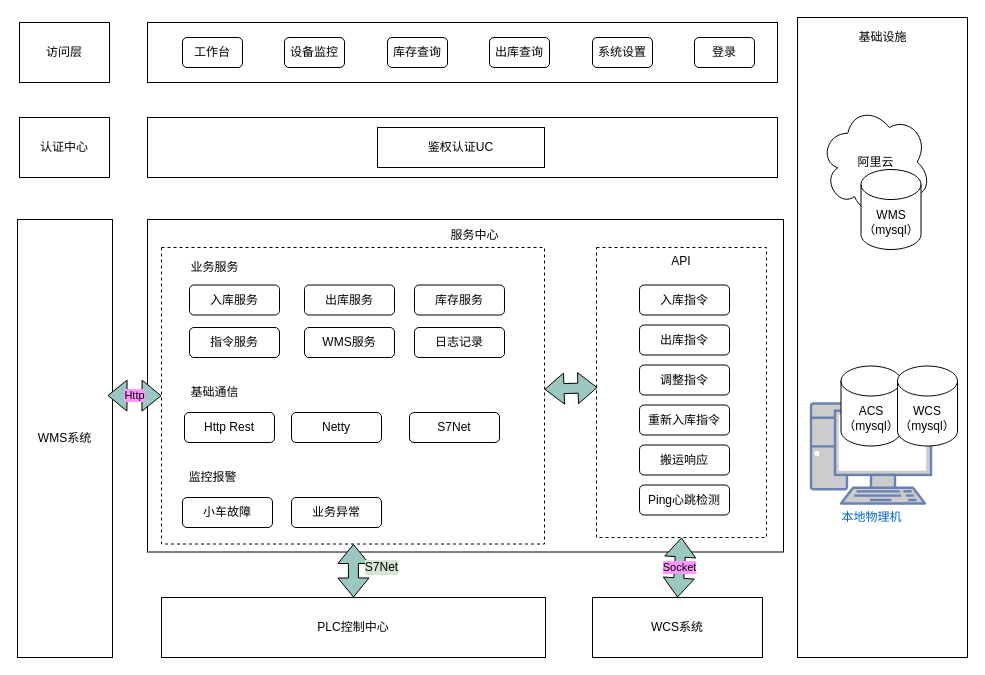
The draw.io diagram page "多穿技术架构" (3 of 3) of diagrams/秒仓库存更新时序图.drawio in dengyulong/PublicStore, before the edit. Source tidied: cells renumbered, new cells numbered last; positions are measured from the earlier drawing's top-left corner, leaving out a move shared by most shapes. Both pictures are drawn from the tidied source at 100%, with x=0, y=0 at pixel (17, 17).
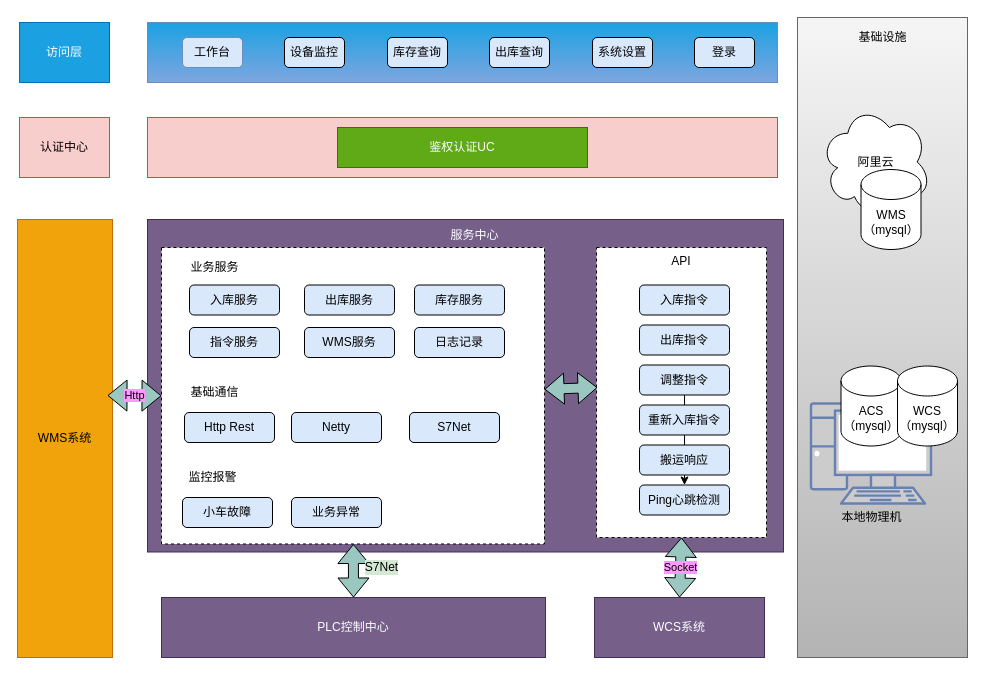
The same page after the edit.

Commit message:
更新秒仓库存更新时序图.drawio

Diff of the diagram source:
```diff
@@
-    <mxCell id="2" style="rounded=0;whiteSpace=wrap;html=1;labelBackgroundColor=#D5E8D4;fontColor=#000000;fillColor=#FFFFFF;" parent="1" vertex="1">
+    <mxCell id="2" style="rounded=0;whiteSpace=wrap;html=1;labelBackgroundColor=#D5E8D4;fontColor=#FFFFFF;fillColor=#76608a;strokeColor=#432D57;" parent="1" vertex="1">
       <mxGeometry x="130" y="202" width="636" height="332.5" as="geometry" />
     </mxCell>
-    <mxCell id="3" style="rounded=0;whiteSpace=wrap;html=1;labelBackgroundColor=#FFFFFF;fontColor=#000000;fillColor=#FFFFFF;" parent="1" vertex="1">
+    <mxCell id="3" style="rounded=0;whiteSpace=wrap;html=1;labelBackgroundColor=#FFFFFF;fillColor=#f5f5f5;strokeColor=#666666;gradientColor=#b3b3b3;" parent="1" vertex="1">
       <mxGeometry x="780" width="170" height="640" as="geometry" />
     </mxCell>
@@
-    <mxCell id="6" style="rounded=0;whiteSpace=wrap;html=1;labelBackgroundColor=#FFFFFF;fontColor=#000000;fillColor=#FFFFFF;" parent="1" vertex="1">
+    <mxCell id="6" style="rounded=0;whiteSpace=wrap;html=1;labelBackgroundColor=#FFFFFF;fillColor=#f8cecc;strokeColor=#b85450;" parent="1" vertex="1">
       <mxGeometry x="130" y="100" width="630" height="60" as="geometry" />
     </mxCell>
-    <mxCell id="7" style="whiteSpace=wrap;html=1;labelBackgroundColor=#FFFFFF;fontColor=#000000;fillColor=#FFFFFF;" parent="1" vertex="1">
+    <mxCell id="7" style="whiteSpace=wrap;html=1;labelBackgroundColor=#FFFFFF;fillColor=#1BA1E2;gradientColor=#7ea6e0;strokeColor=#6c8ebf;" parent="1" vertex="1">
       <mxGeometry x="130" y="5" width="630" height="60" as="geometry" />
     </mxCell>
-    <mxCell id="8" value="访问层" style="rounded=0;whiteSpace=wrap;html=1;labelBackgroundColor=#FFFFFF;verticalAlign=middle;align=center;" parent="1" vertex="1">
+    <mxCell id="8" value="访问层" style="rounded=0;whiteSpace=wrap;html=1;labelBackgroundColor=none;verticalAlign=middle;align=center;fillColor=#1ba1e2;strokeColor=#006EAF;fontColor=#ffffff;" parent="1" vertex="1">
       <mxGeometry x="2" y="5" width="90" height="60" as="geometry" />
     </mxCell>
-    <mxCell id="9" value="PLC控制中心" style="rounded=0;whiteSpace=wrap;html=1;labelBackgroundColor=#FFFFFF;" parent="1" vertex="1">
+    <mxCell id="9" value="PLC控制中心" style="rounded=0;whiteSpace=wrap;html=1;labelBackgroundColor=none;fillColor=#76608a;fontColor=#ffffff;strokeColor=#432D57;" parent="1" vertex="1">
       <mxGeometry x="144" y="580" width="384" height="60" as="geometry" />
     </mxCell>
-    <mxCell id="10" value="鉴权认证UC" style="rounded=0;whiteSpace=wrap;html=1;labelBackgroundColor=#FFFFFF;" parent="1" vertex="1">
-      <mxGeometry x="360" y="110" width="167" height="40" as="geometry" />
+    <mxCell id="10" value="鉴权认证UC" style="rounded=0;whiteSpace=wrap;html=1;labelBackgroundColor=none;fillColor=#60a917;fontColor=#ffffff;strokeColor=#2D7600;" parent="1" vertex="1">
+      <mxGeometry x="320" y="110" width="250" height="40" as="geometry" />
     </mxCell>
-    <mxCell id="11" value="入库指令" style="rounded=1;whiteSpace=wrap;html=1;labelBackgroundColor=#FFFFFF;fontColor=#000000;fillColor=#FFFFFF;" parent="1" vertex="1">
+    <mxCell id="11" value="入库指令" style="rounded=1;whiteSpace=wrap;html=1;labelBackgroundColor=none;fontColor=#000000;fillColor=#DAE8FC;" parent="1" vertex="1">
       <mxGeometry x="622" y="267.5" width="90" height="30" as="geometry" />
     </mxCell>
-    <mxCell id="12" value="出库指令" style="rounded=1;whiteSpace=wrap;html=1;labelBackgroundColor=#FFFFFF;fontColor=#000000;fillColor=#FFFFFF;" parent="1" vertex="1">
+    <mxCell id="12" value="出库指令" style="rounded=1;whiteSpace=wrap;html=1;labelBackgroundColor=none;fontColor=#000000;fillColor=#DAE8FC;" parent="1" vertex="1">
       <mxGeometry x="622" y="307.5" width="90" height="30" as="geometry" />
     </mxCell>
@@
+    <mxCell id="53" style="edgeStyle=orthogonalEdgeStyle;rounded=0;sketch=0;jettySize=auto;html=1;labelBackgroundColor=#FF99FF;fontColor=#FFFFFF;startSize=6;endSize=6;strokeWidth=1;fillColor=#9AC7BF;" parent="1" edge="1" source="14" target="17">
+      <mxGeometry relative="1" as="geometry" />
+    </mxCell>
-    <mxCell id="14" value="调整指令" style="rounded=1;whiteSpace=wrap;html=1;labelBackgroundColor=#FFFFFF;fontColor=#000000;fillColor=#FFFFFF;" parent="1" vertex="1">
+    <mxCell id="14" value="调整指令" style="rounded=1;whiteSpace=wrap;html=1;labelBackgroundColor=none;fontColor=#000000;fillColor=#DAE8FC;" parent="1" vertex="1">
       <mxGeometry x="622" y="347.5" width="90" height="30" as="geometry" />
     </mxCell>
-    <mxCell id="15" value="重新入库指令" style="rounded=1;whiteSpace=wrap;html=1;labelBackgroundColor=#FFFFFF;fontColor=#000000;fillColor=#FFFFFF;" parent="1" vertex="1">
+    <mxCell id="15" value="重新入库指令" style="rounded=1;whiteSpace=wrap;html=1;labelBackgroundColor=none;fontColor=#000000;fillColor=#DAE8FC;" parent="1" vertex="1">
       <mxGeometry x="622" y="387.5" width="90" height="30" as="geometry" />
     </mxCell>
-    <mxCell id="16" value="搬运响应" style="rounded=1;whiteSpace=wrap;html=1;labelBackgroundColor=#FFFFFF;fontColor=#000000;fillColor=#FFFFFF;" parent="1" vertex="1">
+    <mxCell id="16" value="搬运响应" style="rounded=1;whiteSpace=wrap;html=1;labelBackgroundColor=none;fontColor=#000000;fillColor=#DAE8FC;" parent="1" vertex="1">
       <mxGeometry x="622" y="427.5" width="90" height="30" as="geometry" />
     </mxCell>
-    <mxCell id="17" value="Ping心跳检测" style="rounded=1;whiteSpace=wrap;html=1;labelBackgroundColor=#FFFFFF;fontColor=#000000;fillColor=#FFFFFF;" parent="1" vertex="1">
+    <mxCell id="17" value="Ping心跳检测" style="rounded=1;whiteSpace=wrap;html=1;labelBackgroundColor=none;fontColor=#000000;fillColor=#DAE8FC;" parent="1" vertex="1">
       <mxGeometry x="622" y="467.5" width="90" height="30" as="geometry" />
     </mxCell>
-    <mxCell id="18" value="工作台" style="rounded=1;whiteSpace=wrap;html=1;labelBackgroundColor=#FFFFFF;fontColor=#000000;fillColor=#FFFFFF;" parent="1" vertex="1">
+    <mxCell id="18" value="工作台" style="rounded=1;whiteSpace=wrap;html=1;labelBackgroundColor=none;fillColor=#dae8fc;strokeColor=#6c8ebf;" parent="1" vertex="1">
       <mxGeometry x="165" y="20" width="60" height="30" as="geometry" />
     </mxCell>
-    <mxCell id="19" value="设备监控" style="rounded=1;whiteSpace=wrap;html=1;labelBackgroundColor=#FFFFFF;fontColor=#000000;fillColor=#FFFFFF;" parent="1" vertex="1">
+    <mxCell id="19" value="设备监控" style="rounded=1;whiteSpace=wrap;html=1;labelBackgroundColor=none;fontColor=#000000;fillColor=#DAE8FC;" parent="1" vertex="1">
       <mxGeometry x="267" y="20" width="60" height="30" as="geometry" />
     </mxCell>
-    <mxCell id="20" value="库存查询" style="rounded=1;whiteSpace=wrap;html=1;labelBackgroundColor=#FFFFFF;fontColor=#000000;fillColor=#FFFFFF;" parent="1" vertex="1">
+    <mxCell id="20" value="库存查询" style="rounded=1;whiteSpace=wrap;html=1;labelBackgroundColor=none;fontColor=#000000;fillColor=#DAE8FC;" parent="1" vertex="1">
       <mxGeometry x="370" y="20" width="60" height="30" as="geometry" />
     </mxCell>
-    <mxCell id="21" value="出库查询" style="rounded=1;whiteSpace=wrap;html=1;labelBackgroundColor=#FFFFFF;fontColor=#000000;fillColor=#FFFFFF;" parent="1" vertex="1">
+    <mxCell id="21" value="出库查询" style="rounded=1;whiteSpace=wrap;html=1;labelBackgroundColor=none;fontColor=#000000;fillColor=#DAE8FC;" parent="1" vertex="1">
       <mxGeometry x="472" y="20" width="60" height="30" as="geometry" />
     </mxCell>
-    <mxCell id="22" value="系统设置" style="rounded=1;whiteSpace=wrap;html=1;labelBackgroundColor=#FFFFFF;fontColor=#000000;fillColor=#FFFFFF;" parent="1" vertex="1">
+    <mxCell id="22" value="系统设置" style="rounded=1;whiteSpace=wrap;html=1;labelBackgroundColor=none;fontColor=#000000;fillColor=#DAE8FC;" parent="1" vertex="1">
       <mxGeometry x="575" y="20" width="60" height="30" as="geometry" />
     </mxCell>
-    <mxCell id="23" value="登录" style="rounded=1;whiteSpace=wrap;html=1;labelBackgroundColor=#FFFFFF;fontColor=#000000;fillColor=#FFFFFF;" parent="1" vertex="1">
+    <mxCell id="23" value="登录" style="rounded=1;whiteSpace=wrap;html=1;labelBackgroundColor=none;fontColor=#000000;fillColor=#DAE8FC;" parent="1" vertex="1">
       <mxGeometry x="677" y="20" width="60" height="30" as="geometry" />
     </mxCell>
@@
-    <mxCell id="26" value="入库服务" style="rounded=1;whiteSpace=wrap;html=1;labelBackgroundColor=#FFFFFF;fontColor=#000000;fillColor=#FFFFFF;" parent="1" vertex="1">
+    <mxCell id="26" value="入库服务" style="rounded=1;whiteSpace=wrap;html=1;labelBackgroundColor=none;fontColor=#000000;fillColor=#DAE8FC;" parent="1" vertex="1">
       <mxGeometry x="172" y="267.5" width="90" height="30" as="geometry" />
     </mxCell>
-    <mxCell id="27" value="出库服务" style="rounded=1;whiteSpace=wrap;html=1;labelBackgroundColor=#FFFFFF;fontColor=#000000;fillColor=#FFFFFF;" parent="1" vertex="1">
+    <mxCell id="27" value="出库服务" style="rounded=1;whiteSpace=wrap;html=1;labelBackgroundColor=none;fontColor=#000000;fillColor=#DAE8FC;" parent="1" vertex="1">
       <mxGeometry x="287" y="267.5" width="90" height="30" as="geometry" />
     </mxCell>
-    <mxCell id="28" value="WMS服务" style="rounded=1;whiteSpace=wrap;html=1;labelBackgroundColor=#FFFFFF;fontColor=#000000;fillColor=#FFFFFF;" parent="1" vertex="1">
+    <mxCell id="28" value="WMS服务" style="rounded=1;whiteSpace=wrap;html=1;labelBackgroundColor=none;fontColor=#000000;fillColor=#DAE8FC;" parent="1" vertex="1">
       <mxGeometry x="287" y="310" width="90" height="30" as="geometry" />
     </mxCell>
-    <mxCell id="29" value="Http Rest" style="rounded=1;whiteSpace=wrap;html=1;labelBackgroundColor=#FFFFFF;fontColor=#000000;fillColor=#FFFFFF;" parent="1" vertex="1">
+    <mxCell id="29" value="Http Rest" style="rounded=1;whiteSpace=wrap;html=1;labelBackgroundColor=none;fontColor=#000000;fillColor=#DAE8FC;" parent="1" vertex="1">
       <mxGeometry x="167" y="395" width="90" height="30" as="geometry" />
     </mxCell>
-    <mxCell id="30" value="Netty" style="rounded=1;whiteSpace=wrap;html=1;labelBackgroundColor=#FFFFFF;fontColor=#000000;fillColor=#FFFFFF;" parent="1" vertex="1">
+    <mxCell id="30" value="Netty" style="rounded=1;whiteSpace=wrap;html=1;labelBackgroundColor=none;fontColor=#000000;fillColor=#DAE8FC;" parent="1" vertex="1">
       <mxGeometry x="274" y="395" width="90" height="30" as="geometry" />
     </mxCell>
@@
-    <mxCell id="33" value="本地物理机" style="fontColor=#0066CC;verticalAlign=top;verticalLabelPosition=bottom;labelPosition=center;align=center;html=1;fillColor=#CCCCCC;strokeColor=#6881B3;gradientColor=none;gradientDirection=north;strokeWidth=2;shape=mxgraph.networks.pc;labelBackgroundColor=#FFFFFF;" parent="1" vertex="1">
+    <mxCell id="33" value="本地物理机" style="fontColor=#000000;verticalAlign=top;verticalLabelPosition=bottom;labelPosition=center;align=center;html=1;fillColor=#CCCCCC;strokeColor=#6881B3;gradientColor=none;gradientDirection=north;strokeWidth=2;shape=mxgraph.networks.pc;labelBackgroundColor=none;" parent="1" vertex="1">
       <mxGeometry x="793.5" y="386" width="120" height="100" as="geometry" />
     </mxCell>
@@
-    <mxCell id="37" value="S7Net" style="rounded=1;whiteSpace=wrap;html=1;labelBackgroundColor=#FFFFFF;fontColor=#000000;fillColor=#FFFFFF;" parent="1" vertex="1">
+    <mxCell id="37" value="S7Net" style="rounded=1;whiteSpace=wrap;html=1;labelBackgroundColor=none;fontColor=#000000;fillColor=#DAE8FC;" parent="1" vertex="1">
       <mxGeometry x="392" y="395" width="90" height="30" as="geometry" />
     </mxCell>
@@
-    <mxCell id="39" value="小车故障" style="rounded=1;whiteSpace=wrap;html=1;labelBackgroundColor=#FFFFFF;fontColor=#000000;fillColor=#FFFFFF;" parent="1" vertex="1">
+    <mxCell id="39" value="小车故障" style="rounded=1;whiteSpace=wrap;html=1;labelBackgroundColor=none;fontColor=#000000;fillColor=#DAE8FC;" parent="1" vertex="1">
       <mxGeometry x="165" y="480" width="90" height="30" as="geometry" />
     </mxCell>
-    <mxCell id="40" value="业务异常" style="rounded=1;whiteSpace=wrap;html=1;labelBackgroundColor=#FFFFFF;fontColor=#000000;fillColor=#FFFFFF;" parent="1" vertex="1">
+    <mxCell id="40" value="业务异常" style="rounded=1;whiteSpace=wrap;html=1;labelBackgroundColor=none;fontColor=#000000;fillColor=#DAE8FC;" parent="1" vertex="1">
       <mxGeometry x="274" y="480" width="90" height="30" as="geometry" />
     </mxCell>
-    <mxCell id="41" value="库存服务" style="rounded=1;whiteSpace=wrap;html=1;labelBackgroundColor=#FFFFFF;fontColor=#000000;fillColor=#FFFFFF;" parent="1" vertex="1">
+    <mxCell id="41" value="库存服务" style="rounded=1;whiteSpace=wrap;html=1;labelBackgroundColor=none;fontColor=#000000;fillColor=#DAE8FC;" parent="1" vertex="1">
       <mxGeometry x="397" y="267.5" width="90" height="30" as="geometry" />
     </mxCell>
-    <mxCell id="42" value="指令服务" style="rounded=1;whiteSpace=wrap;html=1;labelBackgroundColor=#FFFFFF;fontColor=#000000;fillColor=#FFFFFF;" parent="1" vertex="1">
+    <mxCell id="42" value="指令服务" style="rounded=1;whiteSpace=wrap;html=1;labelBackgroundColor=none;fontColor=#000000;fillColor=#DAE8FC;" parent="1" vertex="1">
       <mxGeometry x="172" y="310" width="90" height="30" as="geometry" />
     </mxCell>
-    <mxCell id="43" value="日志记录" style="rounded=1;whiteSpace=wrap;html=1;labelBackgroundColor=#FFFFFF;fontColor=#000000;fillColor=#FFFFFF;" parent="1" vertex="1">
+    <mxCell id="43" value="日志记录" style="rounded=1;whiteSpace=wrap;html=1;labelBackgroundColor=none;fontColor=#000000;fillColor=#DAE8FC;" parent="1" vertex="1">
       <mxGeometry x="397" y="310" width="90" height="30" as="geometry" />
     </mxCell>
-    <mxCell id="44" value="服务中心" style="text;html=1;align=center;verticalAlign=middle;strokeColor=none;fillColor=none;fontColor=#000000;" parent="1" vertex="1">
+    <mxCell id="44" value="&lt;font color=&quot;#ffffff&quot;&gt;服务中心&lt;/font&gt;" style="text;html=1;align=center;verticalAlign=middle;strokeColor=none;fillColor=none;fontColor=#000000;" parent="1" vertex="1">
       <mxGeometry x="427" y="207.5" width="60" height="20" as="geometry" />
     </mxCell>
-    <mxCell id="45" value="WCS系统" style="rounded=0;whiteSpace=wrap;html=1;labelBackgroundColor=#FFFFFF;fontColor=#000000;fillColor=#FFFFFF;" parent="1" vertex="1">
-      <mxGeometry x="575" y="580" width="170" height="60" as="geometry" />
+    <mxCell id="45" value="WCS系统" style="rounded=0;whiteSpace=wrap;html=1;labelBackgroundColor=none;fontColor=#ffffff;fillColor=#76608a;strokeColor=#432D57;" parent="1" vertex="1">
+      <mxGeometry x="577" y="580" width="170" height="60" as="geometry" />
     </mxCell>
-    <mxCell id="46" value="WMS系统" style="whiteSpace=wrap;html=1;labelBackgroundColor=#FFFFFF;fontColor=#000000;fillColor=#FFFFFF;" parent="1" vertex="1">
+    <mxCell id="46" value="WMS系统" style="whiteSpace=wrap;html=1;labelBackgroundColor=none;fillColor=#f0a30a;strokeColor=#BD7000;fontColor=#000000;" parent="1" vertex="1">
       <mxGeometry y="202" width="95" height="438" as="geometry" />
     </mxCell>
@@
-    <mxCell id="52" value="认证中心" style="rounded=0;whiteSpace=wrap;html=1;labelBackgroundColor=#FFFFFF;verticalAlign=middle;align=center;" parent="1" vertex="1">
+    <mxCell id="52" value="认证中心" style="rounded=0;whiteSpace=wrap;html=1;labelBackgroundColor=none;verticalAlign=middle;align=center;fillColor=#f8cecc;strokeColor=#b85450;" parent="1" vertex="1">
       <mxGeometry x="2" y="100" width="90" height="60" as="geometry" />
     </mxCell>
```
